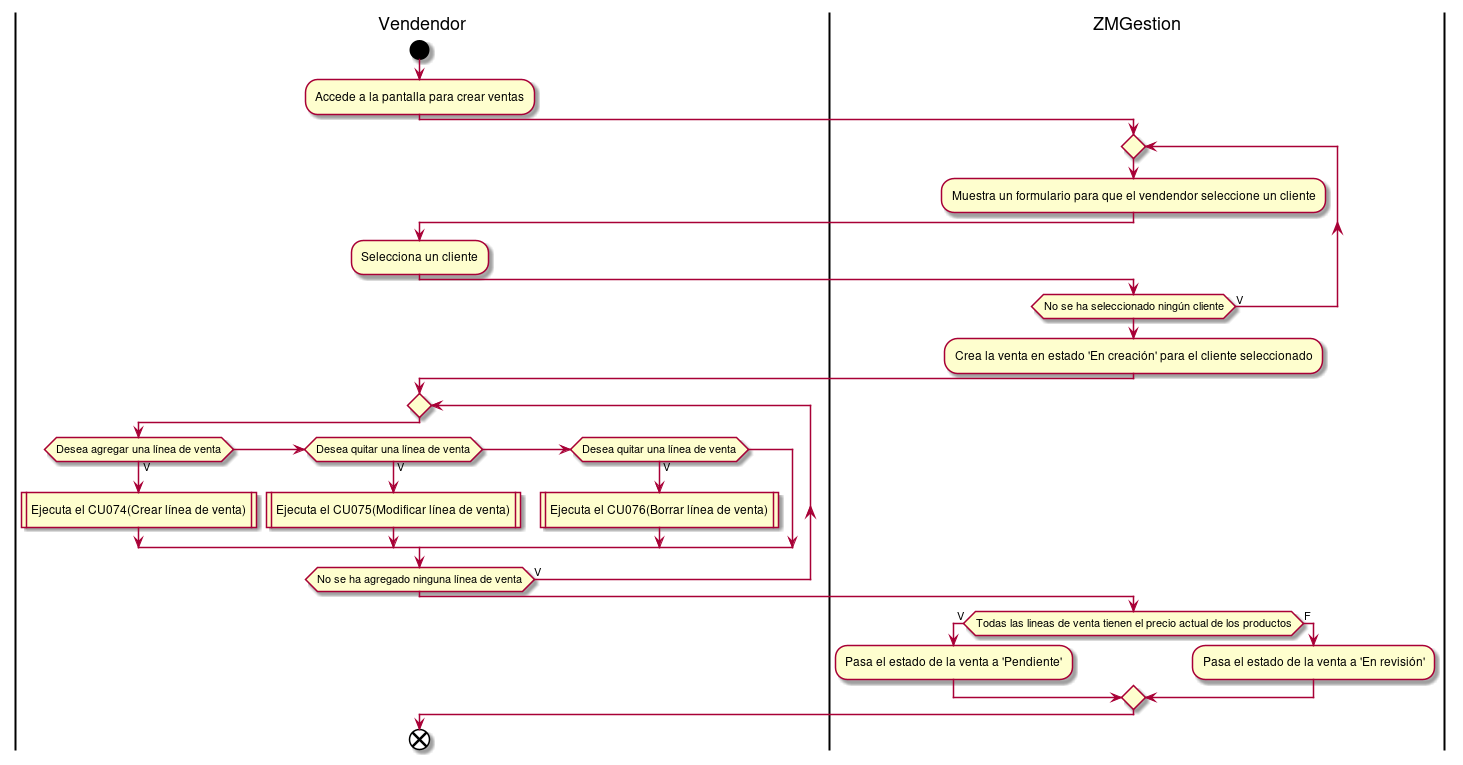
Before: Informe Final/Imagenes/DiagramasActividad/DiagramaDeActividad/crearVenta.png, a diagram exported from PlantUML (ZMGestion/DocumentacionZMGestion).
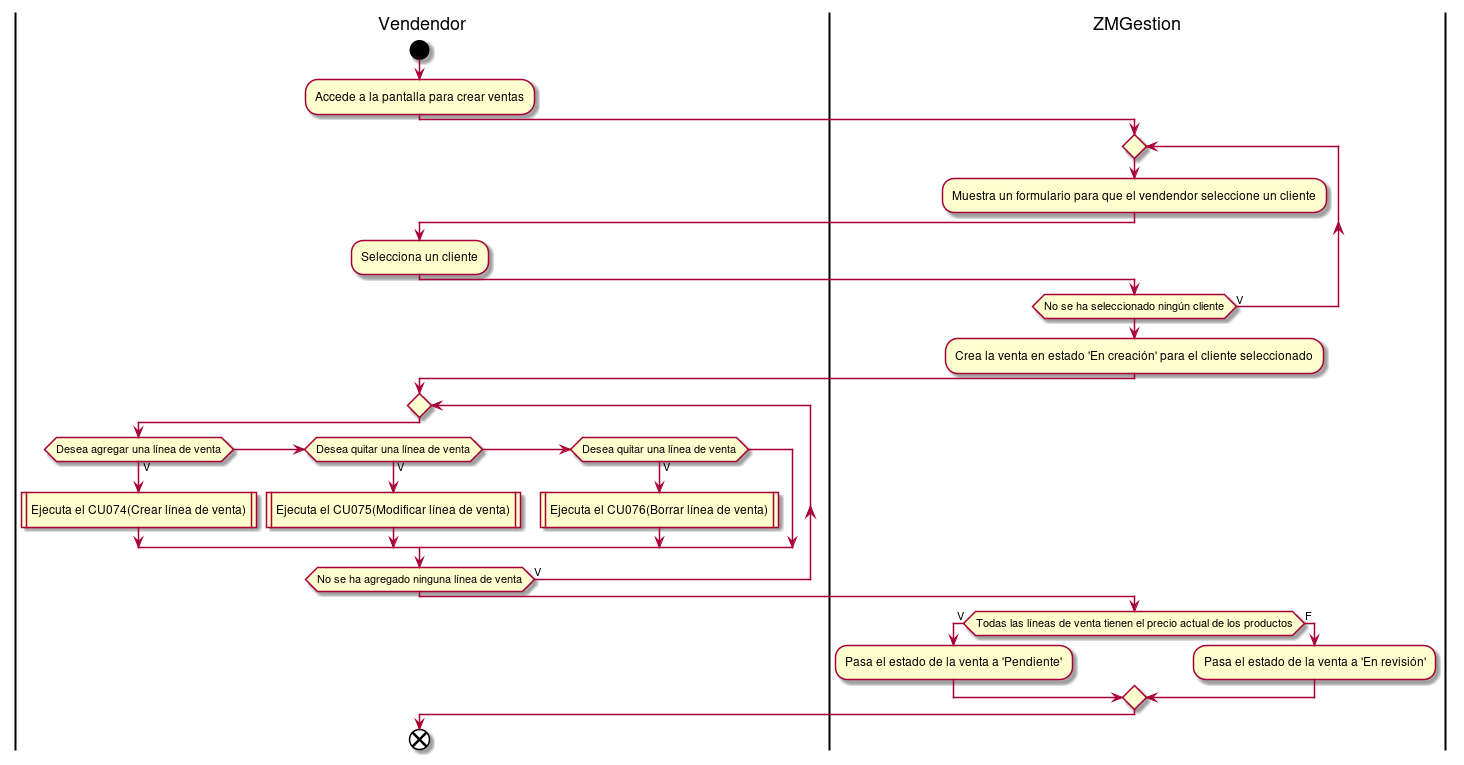
The same diagram one commit later.

The edit, as a diff of the source:
```diff
@@ -21,7 +21,7 @@
 endif
 repeat while(No se ha agregado ninguna línea de venta) is (V)
 |ZMGestion|
-if(Todas las lineas de venta tienen el precio actual de los productos) then (V)
+if(Todas las líneas de venta tienen el precio actual de los productos) then (V)
 :Pasa el estado de la venta a 'Pendiente';
 else (F)
 :Pasa el estado de la venta a 'En revisión';
```
